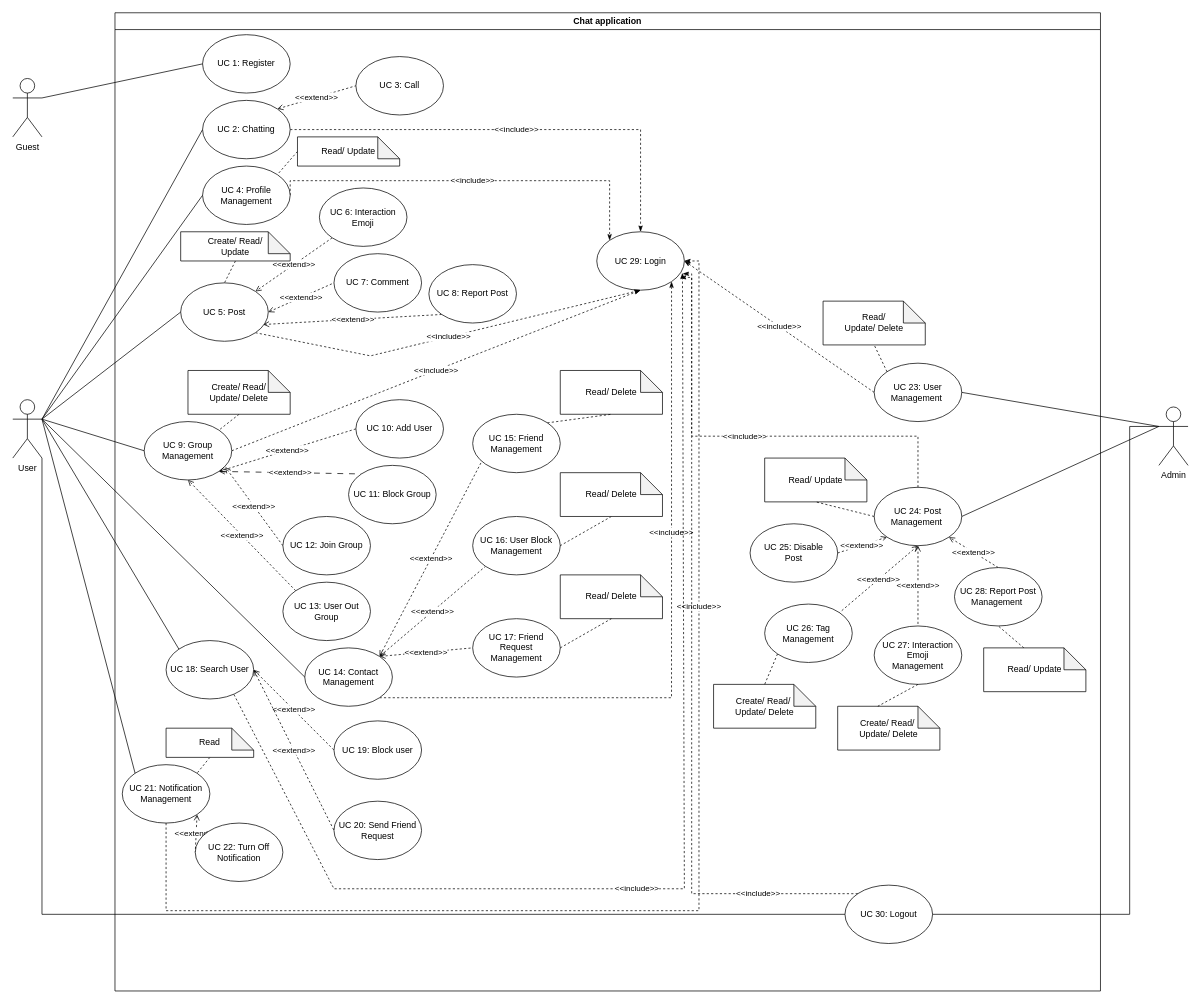
Before: page "Page-1" (1 of 5) of docs/Use Case Diagram/UC-Chatapp.drawio in Carl-Johnsons/Chat-Application, a draw.io diagram. Source tidied: cells renumbered, new cells numbered last; positions are measured from the earlier drawing's top-left corner, leaving out a move shared by most shapes. Both pictures are drawn from the tidied source at 73%, with x=0, y=0 at pixel (12, 12).
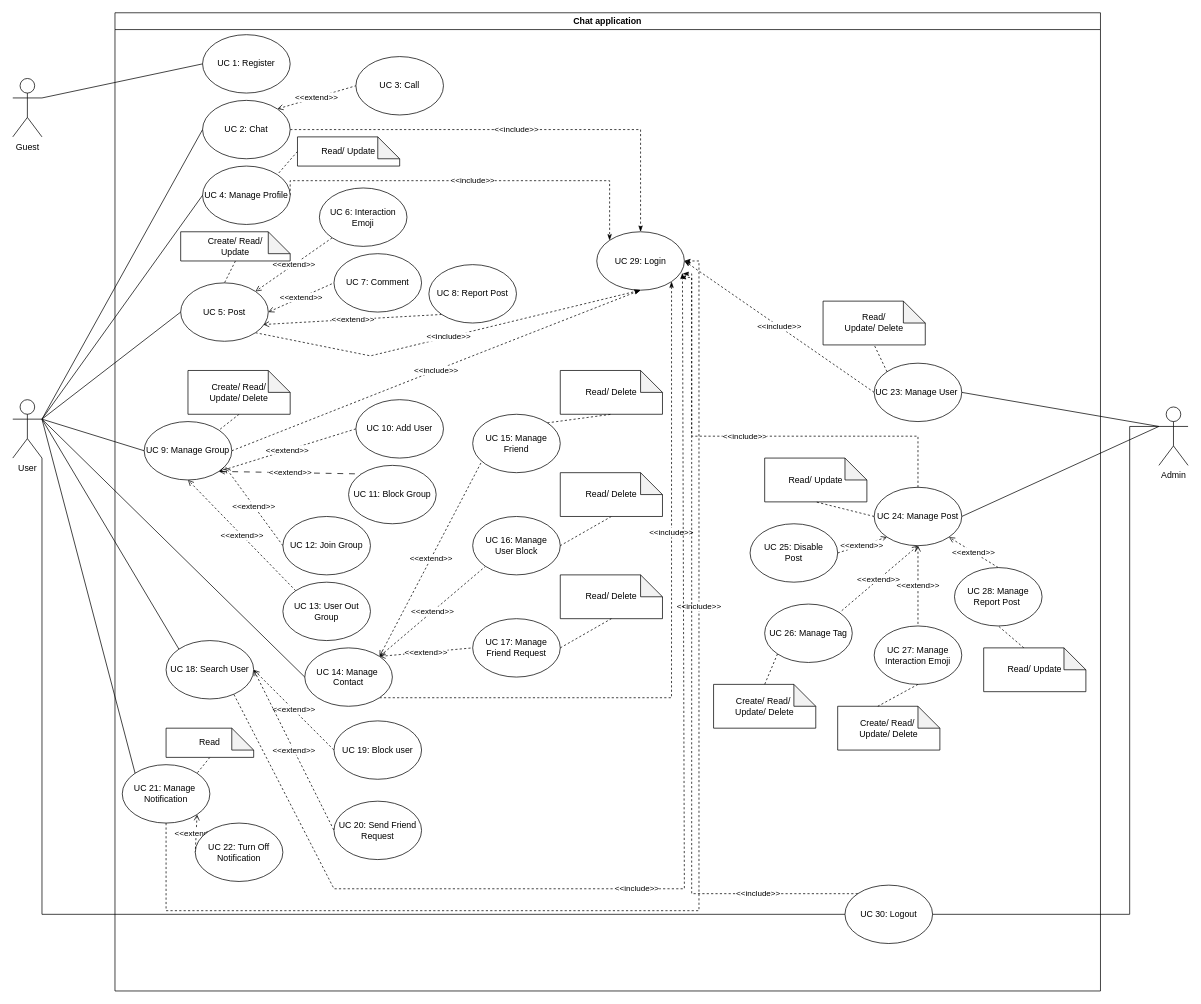
Above is the later version.

The change refers to these unchanged cells:
```xml
<mxCell id="2" value="Chat application" style="swimlane;whiteSpace=wrap;html=1;" parent="1" vertex="1">
  <mxGeometry x="140" width="1350" height="1340" as="geometry" />
</mxCell>
```

The edit, as a diff of the source:
```diff
@@
-    <mxCell id="5" value="UC 2: Chatting" style="ellipse;whiteSpace=wrap;html=1;" parent="2" vertex="1">
+    <mxCell id="5" value="UC 2: Chat" style="ellipse;whiteSpace=wrap;html=1;" parent="2" vertex="1">
       <mxGeometry x="120" y="120" width="120" height="80" as="geometry" />
     </mxCell>
@@
-    <mxCell id="19" value="UC 14: Contact&lt;div&gt;Management&lt;/div&gt;" style="ellipse;whiteSpace=wrap;html=1;" parent="2" vertex="1">
+    <mxCell id="19" value="UC 14: Manage&amp;nbsp;&lt;div&gt;Contact&lt;/div&gt;" style="ellipse;whiteSpace=wrap;html=1;" parent="2" vertex="1">
       <mxGeometry x="260" y="870" width="120" height="80" as="geometry" />
     </mxCell>
@@
-    <mxCell id="23" value="&lt;div&gt;UC 4: Profile&lt;/div&gt;&lt;div&gt;Management&lt;/div&gt;" style="ellipse;whiteSpace=wrap;html=1;" parent="2" vertex="1">
+    <mxCell id="23" value="&lt;div&gt;UC 4:&amp;nbsp;&lt;span style=&quot;background-color: initial;&quot;&gt;Manage&amp;nbsp;&lt;/span&gt;&lt;span style=&quot;background-color: initial;&quot;&gt;Profile&lt;/span&gt;&lt;/div&gt;" style="ellipse;whiteSpace=wrap;html=1;" parent="2" vertex="1">
       <mxGeometry x="120" y="210" width="120" height="80" as="geometry" />
     </mxCell>
@@
-    <mxCell id="27" value="UC 9: Group&lt;div&gt;Management&lt;/div&gt;" style="ellipse;whiteSpace=wrap;html=1;" parent="2" vertex="1">
+    <mxCell id="27" value="UC 9: Manage Group" style="ellipse;whiteSpace=wrap;html=1;" parent="2" vertex="1">
       <mxGeometry x="40" y="560" width="120" height="80" as="geometry" />
     </mxCell>
@@
-    <mxCell id="29" value="UC 15: Friend&lt;div&gt;Management&lt;/div&gt;" style="ellipse;whiteSpace=wrap;html=1;" parent="2" vertex="1">
+    <mxCell id="29" value="UC 15: Manage Friend" style="ellipse;whiteSpace=wrap;html=1;" parent="2" vertex="1">
       <mxGeometry x="490" y="550" width="120" height="80" as="geometry" />
     </mxCell>
-    <mxCell id="30" value="UC 17: Friend Request&lt;div&gt;Management&lt;/div&gt;" style="ellipse;whiteSpace=wrap;html=1;" parent="2" vertex="1">
+    <mxCell id="30" value="UC 17: Manage Friend Request" style="ellipse;whiteSpace=wrap;html=1;" parent="2" vertex="1">
       <mxGeometry x="490" y="830" width="120" height="80" as="geometry" />
     </mxCell>
-    <mxCell id="31" value="UC 16: User Block&lt;div&gt;Management&lt;/div&gt;" style="ellipse;whiteSpace=wrap;html=1;" parent="2" vertex="1">
+    <mxCell id="31" value="UC 16: Manage&lt;div&gt;User Block&lt;/div&gt;" style="ellipse;whiteSpace=wrap;html=1;" parent="2" vertex="1">
       <mxGeometry x="490" y="690" width="120" height="80" as="geometry" />
     </mxCell>
@@
-    <mxCell id="41" value="&lt;div&gt;UC 21: Notification Management&lt;/div&gt;" style="ellipse;whiteSpace=wrap;html=1;" parent="2" vertex="1">
+    <mxCell id="41" value="&lt;div&gt;UC 21:&amp;nbsp;&lt;span style=&quot;background-color: initial;&quot;&gt;Manage&amp;nbsp;&lt;/span&gt;&lt;/div&gt;&lt;div&gt;&lt;span style=&quot;background-color: initial;&quot;&gt;Notification&lt;/span&gt;&lt;/div&gt;" style="ellipse;whiteSpace=wrap;html=1;" parent="2" vertex="1">
       <mxGeometry x="10" y="1030" width="120" height="80" as="geometry" />
     </mxCell>
@@
-    <mxCell id="58" value="UC 23: User Management&amp;nbsp;" style="ellipse;whiteSpace=wrap;html=1;" parent="2" vertex="1">
+    <mxCell id="58" value="UC 23: Manage User&amp;nbsp;" style="ellipse;whiteSpace=wrap;html=1;" parent="2" vertex="1">
       <mxGeometry x="1040" y="480" width="120" height="80" as="geometry" />
     </mxCell>
@@
-    <mxCell id="60" value="UC 24: Post Management&amp;nbsp;" style="ellipse;whiteSpace=wrap;html=1;" parent="2" vertex="1">
+    <mxCell id="60" value="UC 24: Manage&amp;nbsp;Post" style="ellipse;whiteSpace=wrap;html=1;" parent="2" vertex="1">
       <mxGeometry x="1040" y="650" width="120" height="80" as="geometry" />
     </mxCell>
@@
-    <mxCell id="72" value="UC 26: Tag Management" style="ellipse;whiteSpace=wrap;html=1;" parent="2" vertex="1">
+    <mxCell id="72" value="UC 26: Manage Tag" style="ellipse;whiteSpace=wrap;html=1;" parent="2" vertex="1">
       <mxGeometry x="890" y="810" width="120" height="80" as="geometry" />
     </mxCell>
@@
-    <mxCell id="75" value="UC 27: Interaction Emoji&lt;div&gt;Management&lt;/div&gt;" style="ellipse;whiteSpace=wrap;html=1;" parent="2" vertex="1">
+    <mxCell id="75" value="UC 27: Manage Interaction Emoji" style="ellipse;whiteSpace=wrap;html=1;" parent="2" vertex="1">
       <mxGeometry x="1040" y="840" width="120" height="80" as="geometry" />
     </mxCell>
@@
-    <mxCell id="80" value="UC 28: Report Post Management&amp;nbsp;" style="ellipse;whiteSpace=wrap;html=1;" parent="2" vertex="1">
+    <mxCell id="80" value="UC 28: Manage Report Post&amp;nbsp;" style="ellipse;whiteSpace=wrap;html=1;" parent="2" vertex="1">
       <mxGeometry x="1150" y="760" width="120" height="80" as="geometry" />
     </mxCell>
```
